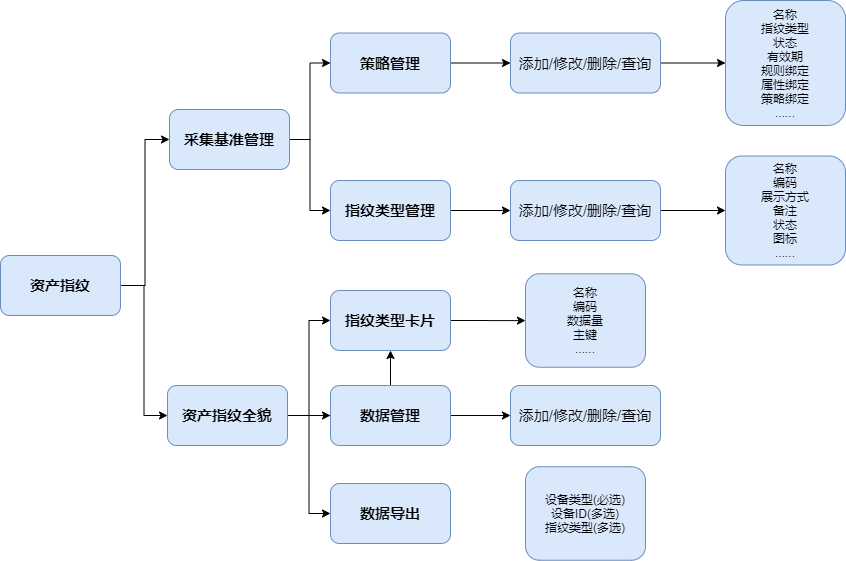
Above: asset-brain/item-fl.png in scdays/asset (draw.io), before the change. Source tidied: cells renumbered, new cells last; positions are measured from the earlier drawing's top-left corner, leaving out a move shared by most shapes.
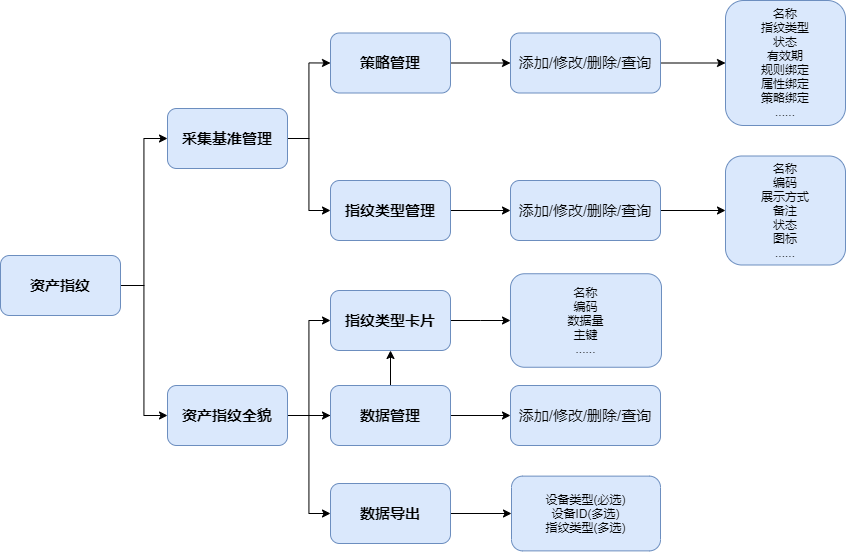
After the commit.

Change to the diagram source:
```diff
@@ -24,7 +24,7 @@
       <mxGeometry relative="1" as="geometry" />
     </mxCell>
     <mxCell id="9" value="采集基准管理" style="rounded=1;whiteSpace=wrap;html=1;fillColor=#dae8fc;strokeColor=#6c8ebf;fontStyle=1;fontSize=15;" parent="1" vertex="1">
-      <mxGeometry x="169" y="109" width="120" height="60" as="geometry" />
+      <mxGeometry x="167" y="108" width="120" height="60" as="geometry" />
     </mxCell>
     <mxCell id="10" style="edgeStyle=orthogonalEdgeStyle;rounded=0;jettySize=auto;html=1;fontSize=12;" parent="1" edge="1" source="11" target="17">
       <mxGeometry relative="1" as="geometry" />
@@ -48,7 +48,7 @@
       <mxGeometry x="167" y="385" width="120" height="60" as="geometry" />
     </mxCell>
     <mxCell id="17" value="名称&lt;br&gt;编码&lt;br&gt;数据量&lt;br&gt;主键&lt;br&gt;......" style="whiteSpace=wrap;html=1;rounded=1;fontSize=12;fontStyle=0;strokeColor=#6c8ebf;fillColor=#dae8fc;" parent="1" vertex="1">
-      <mxGeometry x="525" y="273.2" width="120" height="93.5" as="geometry" />
+      <mxGeometry x="510" y="273.2" width="151" height="93.5" as="geometry" />
     </mxCell>
     <mxCell id="18" style="edgeStyle=orthogonalEdgeStyle;rounded=0;jettySize=auto;html=1;fontSize=12;" parent="1" edge="1" source="19" target="20">
       <mxGeometry relative="1" as="geometry" />
@@ -68,12 +68,12 @@
     <mxCell id="23" value="资产指纹" style="rounded=1;whiteSpace=wrap;html=1;fillColor=#dae8fc;strokeColor=#6c8ebf;fontStyle=1;fontSize=15;" parent="1" vertex="1">
       <mxGeometry y="255" width="120" height="60" as="geometry" />
     </mxCell>
+    <mxCell id="31" style="edgeStyle=orthogonalEdgeStyle;rounded=0;jettySize=auto;html=1;" parent="1" edge="1" source="24" target="25">
+      <mxGeometry relative="1" as="geometry" />
+    </mxCell>
     <mxCell id="24" value="数据导出" style="rounded=1;whiteSpace=wrap;html=1;fillColor=#dae8fc;strokeColor=#6c8ebf;fontStyle=1;fontSize=15;" parent="1" vertex="1">
       <mxGeometry x="330" y="483" width="120" height="60" as="geometry" />
     </mxCell>
-    <mxCell id="25" value="设备类型(必选)&lt;br&gt;设备ID(多选)&lt;br&gt;指纹类型(多选)&lt;br&gt;" style="whiteSpace=wrap;html=1;rounded=1;fontSize=12;fontStyle=0;strokeColor=#6c8ebf;fillColor=#dae8fc;" parent="1" vertex="1">
-      <mxGeometry x="525" y="466.2" width="120" height="93.5" as="geometry" />
-    </mxCell>
     <mxCell id="26" style="edgeStyle=orthogonalEdgeStyle;rounded=0;jettySize=auto;html=1;fontSize=15;entryX=0;entryY=0.5;entryDx=0;entryDy=0;" parent="1" edge="1" source="27" target="29">
       <mxGeometry relative="1" as="geometry" />
     </mxCell>
@@ -89,5 +89,8 @@
     <mxCell id="30" value="名称&lt;br&gt;指纹类型&lt;br&gt;状态&lt;br&gt;有效期&lt;br&gt;规则绑定&lt;br&gt;属性绑定&lt;br&gt;策略绑定&lt;br style=&quot;font-size: 12px&quot;&gt;......" style="whiteSpace=wrap;html=1;rounded=1;fontSize=12;fontStyle=0;strokeColor=#6c8ebf;fillColor=#dae8fc;" parent="1" vertex="1">
       <mxGeometry x="725" width="120" height="125" as="geometry" />
     </mxCell>
+    <mxCell id="25" value="设备类型(必选)&lt;br&gt;设备ID(多选)&lt;br&gt;指纹类型(多选)" style="whiteSpace=wrap;html=1;rounded=1;fontSize=12;fontStyle=0;strokeColor=#6c8ebf;fillColor=#dae8fc;" parent="1" vertex="1">
+      <mxGeometry x="511" y="475.6" width="149" height="74.8" as="geometry" />
+    </mxCell>
   </root>
 </mxGraphModel>
```
